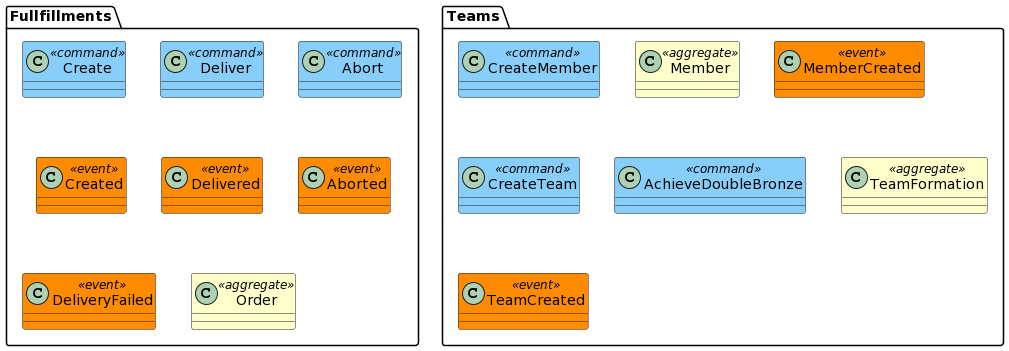
Before: merits/teams/diagrams/architecture.png, a diagram exported from PlantUML (orbanbotond/DDD_FamilyMerit). Source of this version:
```plantuml
@startuml
skinparam component {
  backgroundColor<<aggregate>> Business
  backgroundColor<<shared lib>> Green
}

skinparam class {
  backgroundColor<<command>> LightSkyBlue
  backgroundColor<<event>> DarkOrange
  backgroundColor<<aggregate>> Business
  backgroundColor<<process>> Violet
}

package "Fullfillments" {
	class "Create"  <<command>>
	class "Deliver"  <<command>>
	class "Abort"  <<command>>

	class "Created"  <<event>>
	class "Delivered"  <<event>>
	class "Aborted"  <<event>>
	class "DeliveryFailed"  <<event>>

	class "Order"  <<aggregate>>
}

package "Teams" {
	class "CreateMember"  <<command>>
	class "Member" <<aggregate>>
	class "MemberCreated"  <<event>>

	class "CreateTeam"  <<command>>
	class "AchieveDoubleBronze"  <<command>>
	class "TeamFormation" <<aggregate>>
	class "TeamCreated"  <<event>>
}
@enduml
```
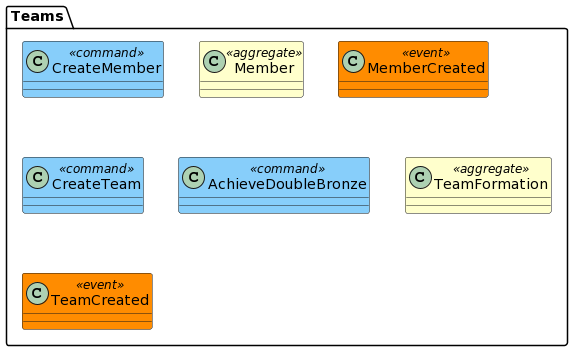
The same diagram one commit later.

Change to the diagram source:
```diff
@@ -11,19 +11,6 @@
   backgroundColor<<process>> Violet
 }
 
-package "Fullfillments" {
-	class "Create"  <<command>>
-	class "Deliver"  <<command>>
-	class "Abort"  <<command>>
-
-	class "Created"  <<event>>
-	class "Delivered"  <<event>>
-	class "Aborted"  <<event>>
-	class "DeliveryFailed"  <<event>>
-
-	class "Order"  <<aggregate>>
-}
-
 package "Teams" {
 	class "CreateMember"  <<command>>
 	class "Member" <<aggregate>>
```
